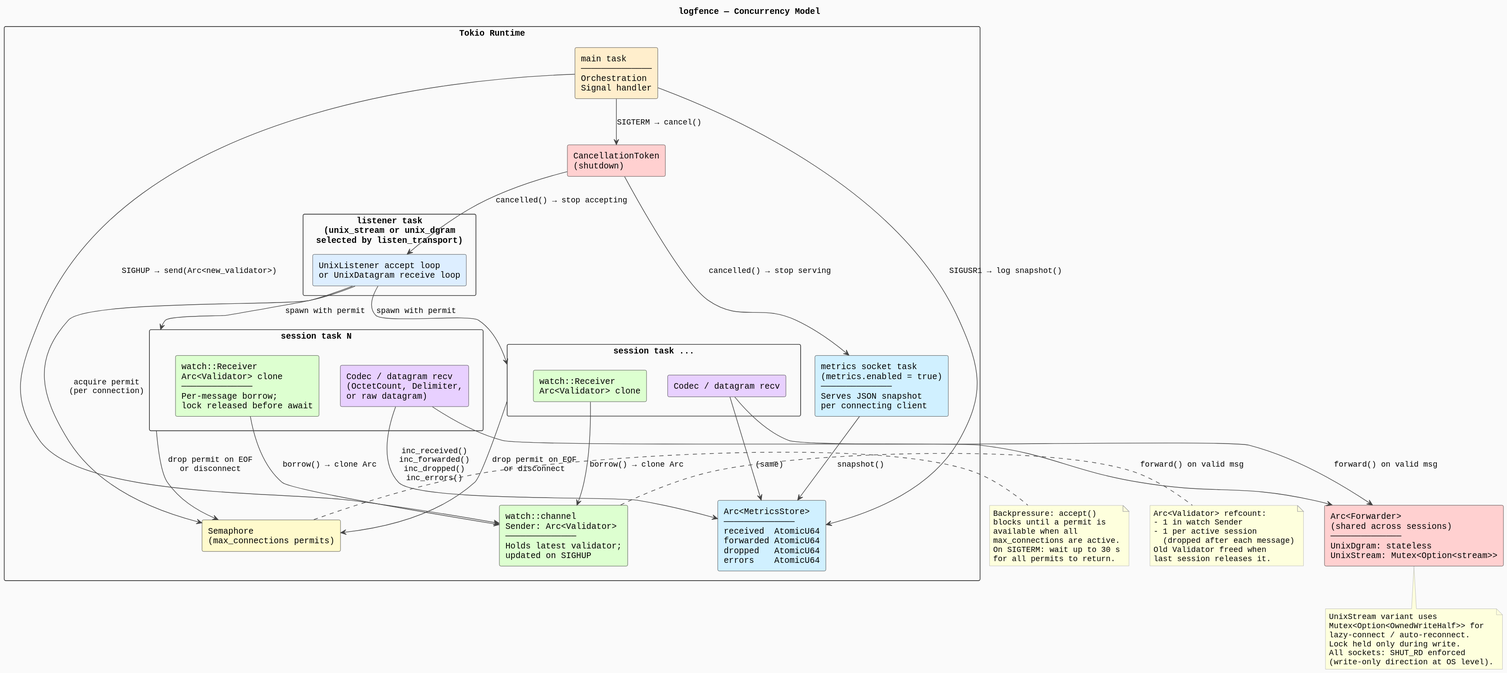
Earlier version of the PlantUML export docs/diagrams/concurrency-model.svg (hildstrom/logfence).
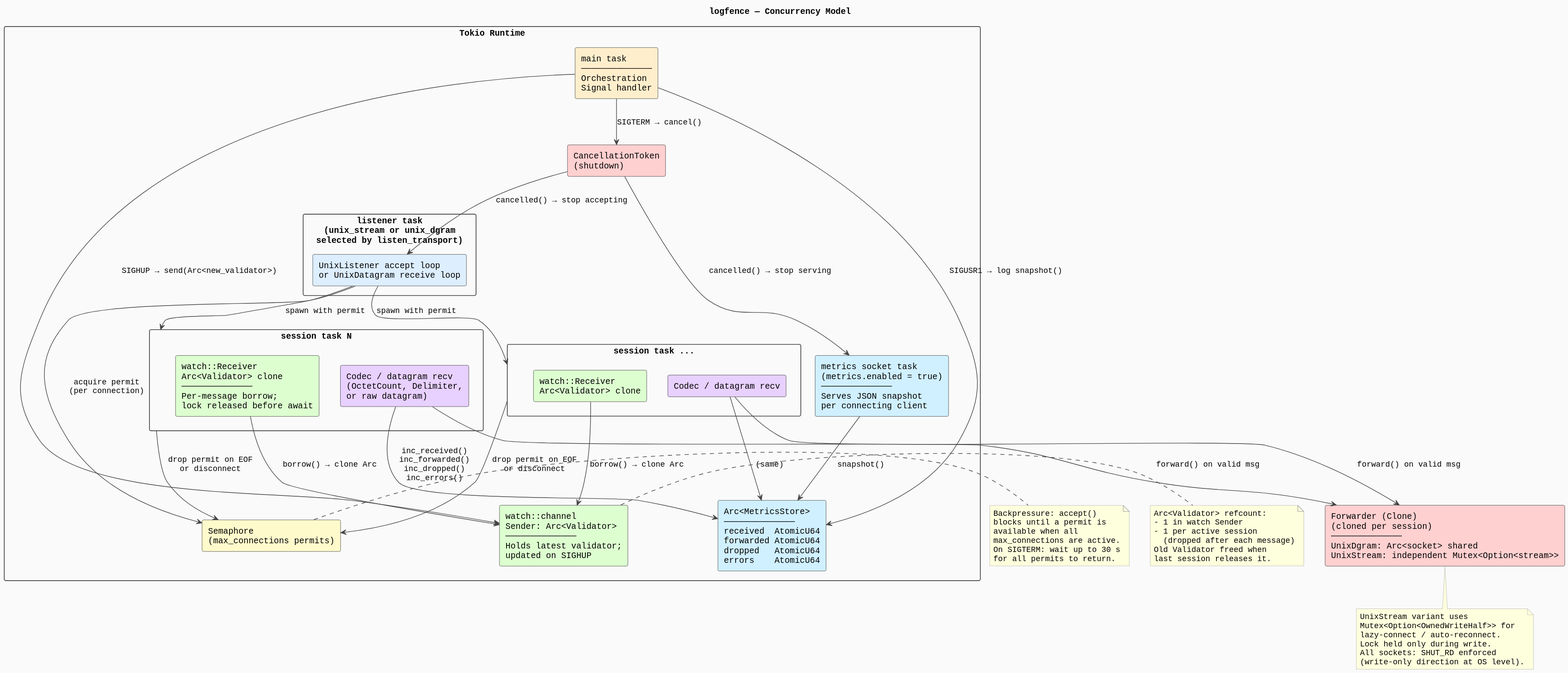
The same diagram one commit later.

Diff of the diagram source:
```diff
@@ -37,7 +37,7 @@
 
 }
 
-component "Arc<Forwarder>\n(shared across sessions)\n──────────────\nUnixDgram: stateless\nUnixStream: Mutex<Option<stream>>" as Forwarder #FFD0D0
+component "Forwarder (Clone)\n(cloned per session)\n──────────────\nUnixDgram: Arc<socket> shared\nUnixStream: independent Mutex<Option<stream>>" as Forwarder #FFD0D0
 
 Main --> Watch : SIGHUP → send(Arc<new_validator>)
 Main --> Cancel : SIGTERM → cancel()
```
